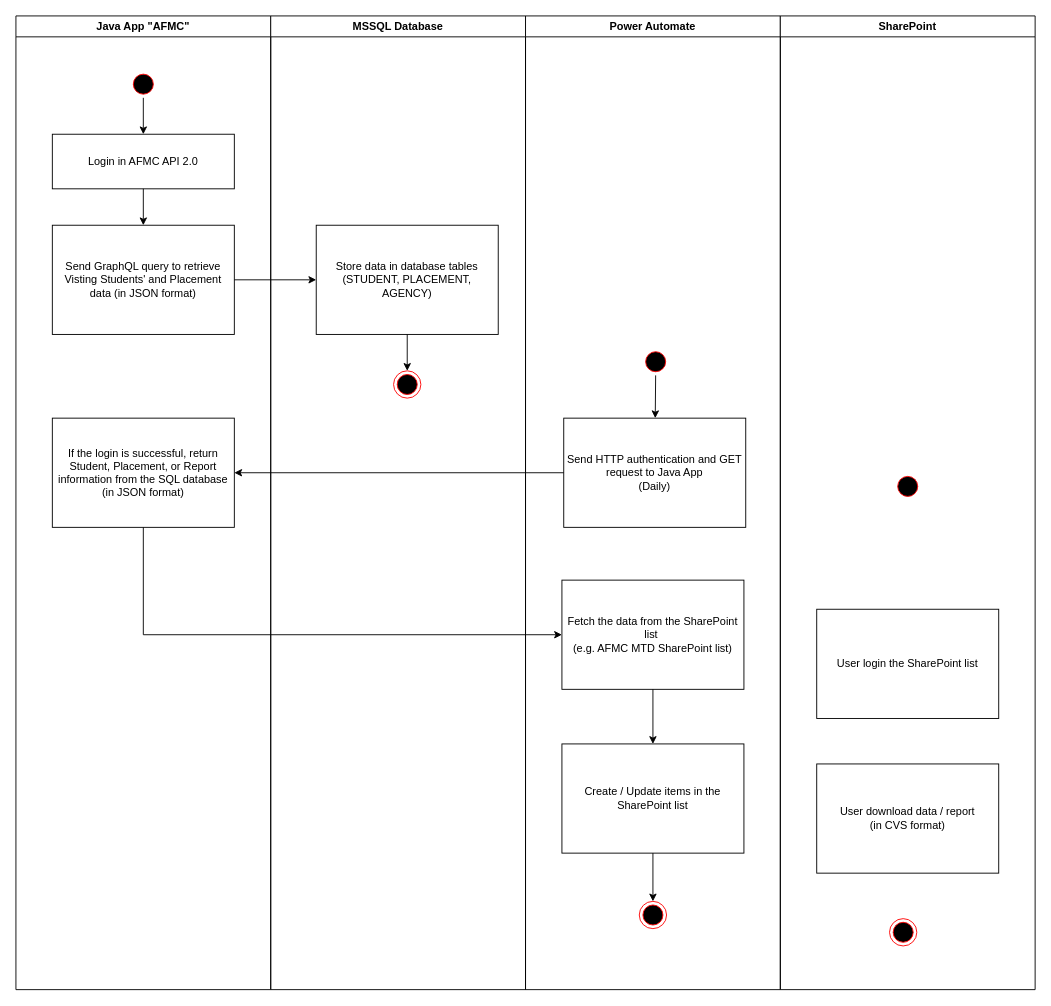
Before: AFMC Workflow.drawio in Maurice-Tam/draw.io, a draw.io diagram. Source tidied: cells renumbered, new cells numbered last; positions are measured from the earlier drawing's top-left corner, leaving out a move shared by most shapes. Both pictures are drawn from the tidied source at 91%, with x=0, y=0 at pixel (15, 15).
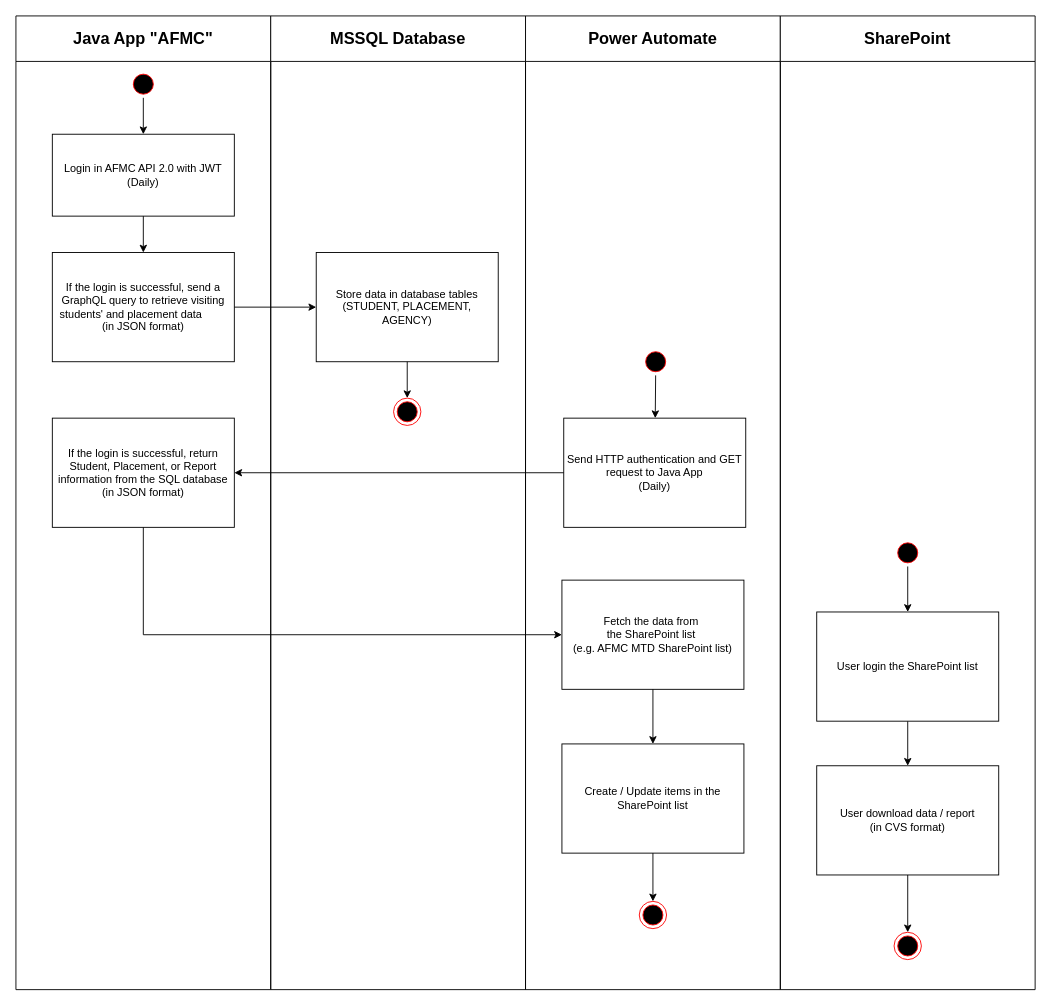
The same diagram, later.

Diff of the diagram source:
```diff
@@
-    <mxCell id="2" value="Java App &quot;AFMC&quot;" style="swimlane;whiteSpace=wrap;html=1;" parent="1" vertex="1">
+    <mxCell id="2" value="&lt;font style=&quot;font-size: 18px;&quot;&gt;Java App &quot;AFMC&quot;&lt;/font&gt;" style="swimlane;whiteSpace=wrap;html=1;startSize=50;" parent="1" vertex="1">
       <mxGeometry width="280" height="1070" as="geometry" />
     </mxCell>
@@
-    <mxCell id="4" value="Login in AFMC API 2.0" style="rounded=0;whiteSpace=wrap;html=1;" parent="2" vertex="1">
-      <mxGeometry x="40" y="130" width="200" height="60" as="geometry" />
+    <mxCell id="4" value="&lt;div&gt;Login in AFMC API 2.0 with JWT &lt;br&gt;&lt;/div&gt;&lt;div&gt;(Daily)&lt;br&gt;&lt;/div&gt;" style="rounded=0;whiteSpace=wrap;html=1;" parent="2" vertex="1">
+      <mxGeometry x="40" y="130" width="200" height="90" as="geometry" />
     </mxCell>
-    <mxCell id="5" value="Send GraphQL query to retrieve Visting Students' and Placement data (in JSON format)" style="rounded=0;whiteSpace=wrap;html=1;" parent="2" vertex="1">
-      <mxGeometry x="40" y="230" width="200" height="120" as="geometry" />
+    <mxCell id="5" value="&lt;div class=&quot;flex flex-grow flex-col max-w-full&quot;&gt;&lt;div class=&quot;min-h-[20px] text-message flex flex-col items-start gap-3 whitespace-pre-wrap break-words [.text-message+&amp;amp;]:mt-5 overflow-x-auto&quot;&gt;&lt;div class=&quot;markdown prose w-full break-words dark:prose-invert dark&quot;&gt;&lt;p&gt;If the login is successful, send a GraphQL query to retrieve visiting students' and placement data&amp;nbsp;&amp;nbsp;&amp;nbsp;&amp;nbsp;&amp;nbsp;&amp;nbsp;&amp;nbsp;&amp;nbsp; (in JSON format)&lt;/p&gt;&lt;/div&gt;&lt;/div&gt;&lt;/div&gt;" style="rounded=0;whiteSpace=wrap;html=1;" parent="2" vertex="1">
+      <mxGeometry x="40" y="260" width="200" height="120" as="geometry" />
     </mxCell>
@@
-    <mxCell id="9" value="MSSQL Database" style="swimlane;whiteSpace=wrap;html=1;" parent="1" vertex="1">
+    <mxCell id="9" value="MSSQL Database" style="swimlane;whiteSpace=wrap;html=1;fontSize=18;startSize=50;" parent="1" vertex="1">
       <mxGeometry x="280" width="280" height="1070" as="geometry" />
     </mxCell>
     <mxCell id="10" value="&lt;div&gt;Store data in database tables&lt;br&gt;&lt;/div&gt;&lt;div&gt;(STUDENT, PLACEMENT, AGENCY)&lt;br&gt;&lt;/div&gt;" style="rounded=0;whiteSpace=wrap;html=1;" parent="9" vertex="1">
-      <mxGeometry x="50" y="230" width="200" height="120" as="geometry" />
+      <mxGeometry x="50" y="260" width="200" height="120" as="geometry" />
     </mxCell>
     <mxCell id="11" style="ellipse;html=1;shape=endState;fillColor=#000000;strokeColor=#ff0000;" parent="9" vertex="1">
-      <mxGeometry x="135" y="390" width="30" height="30" as="geometry" />
+      <mxGeometry x="135" y="420" width="30" height="30" as="geometry" />
     </mxCell>
@@
-    <mxCell id="13" value="Power Automate" style="swimlane;whiteSpace=wrap;html=1;" parent="1" vertex="1">
+    <mxCell id="13" value="&lt;font style=&quot;font-size: 18px;&quot;&gt;Power Automate&lt;/font&gt;" style="swimlane;whiteSpace=wrap;html=1;startSize=50;" parent="1" vertex="1">
       <mxGeometry x="560" width="280" height="1070" as="geometry" />
     </mxCell>
@@
-    <mxCell id="16" value="&lt;div&gt;Fetch the data from the SharePoint list&amp;nbsp;&lt;/div&gt;&lt;div&gt;(e.g. AFMC MTD SharePoint list)&lt;/div&gt;" style="rounded=0;whiteSpace=wrap;html=1;" parent="13" vertex="1">
+    <mxCell id="16" value="&lt;div&gt;Fetch the data from&amp;nbsp;&lt;/div&gt;&lt;div&gt;the SharePoint list&amp;nbsp;&lt;/div&gt;&lt;div&gt;(e.g. AFMC MTD SharePoint list)&lt;/div&gt;" style="rounded=0;whiteSpace=wrap;html=1;" parent="13" vertex="1">
       <mxGeometry x="40" y="620" width="200" height="120" as="geometry" />
     </mxCell>
@@
-    <mxCell id="22" value="SharePoint" style="swimlane;whiteSpace=wrap;html=1;" parent="1" vertex="1">
+    <mxCell id="22" value="SharePoint" style="swimlane;whiteSpace=wrap;html=1;startSize=50;fontSize=18;" parent="1" vertex="1">
       <mxGeometry x="840" width="280" height="1070" as="geometry" />
     </mxCell>
+    <mxCell id="30" style="edgeStyle=orthogonalEdgeStyle;rounded=0;jettySize=auto;html=1;" parent="22" edge="1" source="23" target="25">
+      <mxGeometry relative="1" as="geometry" />
+    </mxCell>
     <mxCell id="23" value="User login the SharePoint list" style="rounded=0;whiteSpace=wrap;html=1;" parent="22" vertex="1">
-      <mxGeometry x="40" y="652" width="200" height="120" as="geometry" />
+      <mxGeometry x="40" y="655" width="200" height="120" as="geometry" />
     </mxCell>
+    <mxCell id="31" style="edgeStyle=orthogonalEdgeStyle;rounded=0;jettySize=auto;html=1;exitX=0.5;exitY=1;exitDx=0;exitDy=0;entryX=0.5;entryY=0;entryDx=0;entryDy=0;" parent="22" edge="1" source="24" target="23">
+      <mxGeometry relative="1" as="geometry" />
+    </mxCell>
     <mxCell id="24" style="ellipse;html=1;shape=startState;fillColor=#000000;strokeColor=#ff0000;" parent="22" vertex="1">
-      <mxGeometry x="125" y="502" width="30" height="30" as="geometry" />
+      <mxGeometry x="125" y="575" width="30" height="30" as="geometry" />
     </mxCell>
+    <mxCell id="32" style="edgeStyle=orthogonalEdgeStyle;rounded=0;jettySize=auto;html=1;" parent="22" edge="1" source="25" target="26">
+      <mxGeometry relative="1" as="geometry" />
+    </mxCell>
     <mxCell id="25" value="User download data / report &lt;br&gt;(in CVS format)" style="rounded=0;whiteSpace=wrap;html=1;" parent="22" vertex="1">
-      <mxGeometry x="40" y="822" width="200" height="120" as="geometry" />
+      <mxGeometry x="40" y="824" width="200" height="120" as="geometry" />
     </mxCell>
     <mxCell id="26" style="ellipse;html=1;shape=endState;fillColor=#000000;strokeColor=#ff0000;" parent="22" vertex="1">
-      <mxGeometry x="120" y="992" width="30" height="30" as="geometry" />
+      <mxGeometry x="125" y="1007" width="30" height="30" as="geometry" />
     </mxCell>
```
